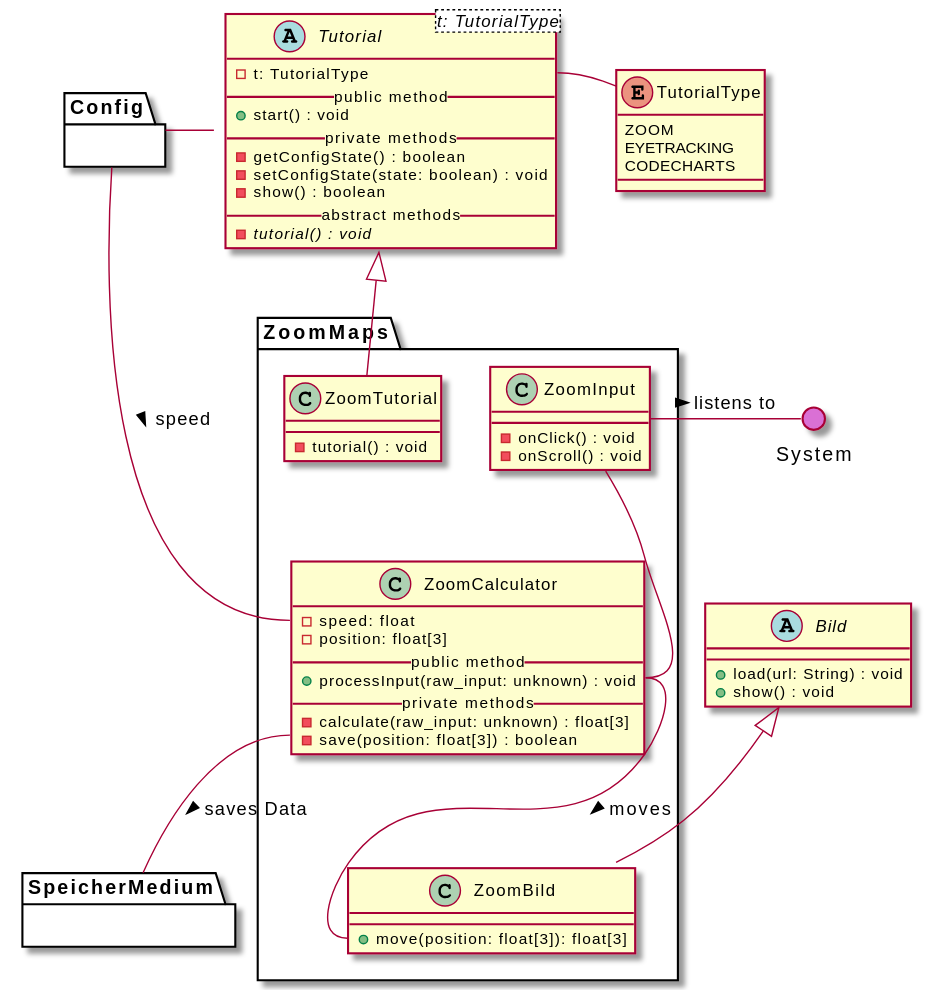
This is meilenstein_03/uml-zoommaps/zoommaps.svg from weichware10/meilensteine, a PlantUML export, as it was before one commit.
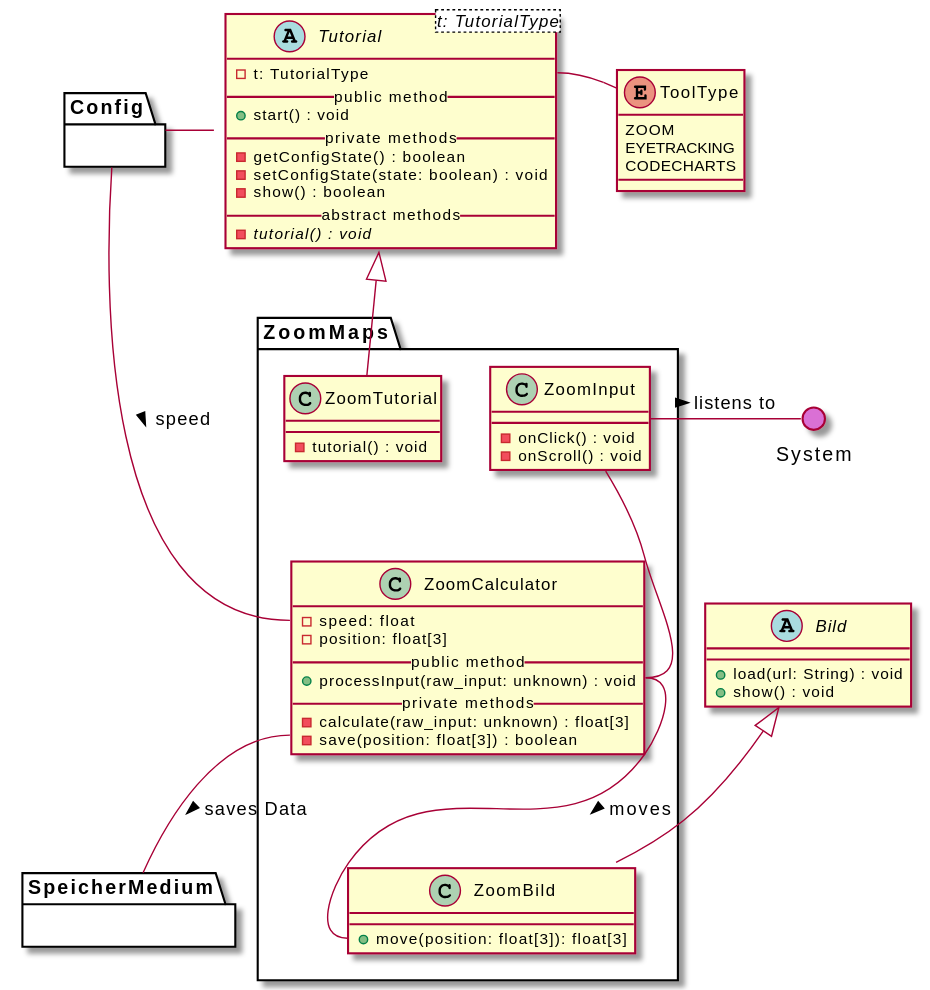
The same diagram one commit later.

Commit message:
Render PlantUML SVGs

Diff of the diagram source:
```diff
@@ -14,13 +14,13 @@
   - {abstract} tutorial() : void
 }
 
-enum TutorialType {
+enum ToolType {
   ZOOM
   EYETRACKING
   CODECHARTS
 }
 
-Tutorial::t -r- TutorialType
+Tutorial::t -r- ToolType
 Tutorial -l- Config
 
 
```
